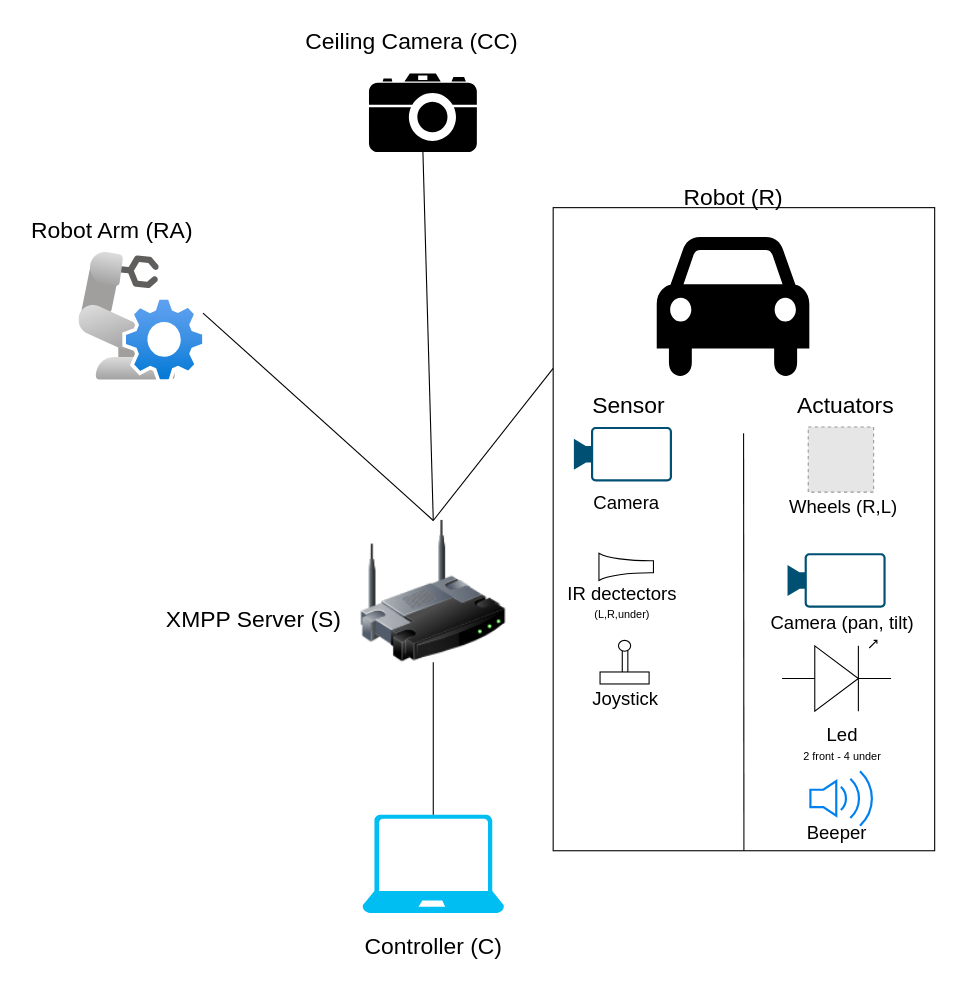
This is network_schema.drawio from ISC-DynaMaze/docs, a draw.io file, before an edit. Source tidied: cells renumbered, new cells numbered last; positions are measured from the earlier drawing's top-left corner, leaving out a move shared by most shapes. Both pictures are drawn from the tidied source at 109%, with x=0, y=0 at pixel (19, 19). Pictures stored in the file or linked from it are replaced by grey dashed boxes.
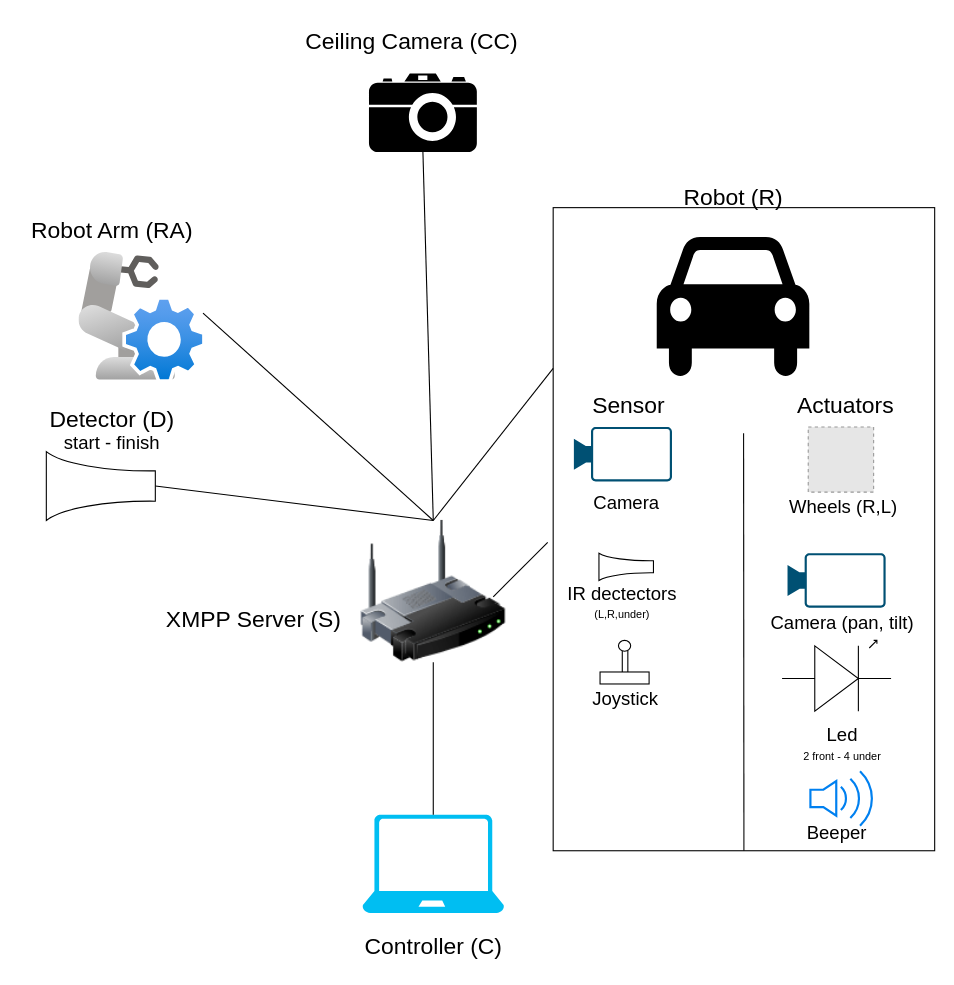
The same page after the edit.

Commit message:
doc : add start and end detector on the network diagram

Unchanged cells that the change refers to:
```xml
<mxCell id="4" style="image;html=1;image=img/lib/clip_art/networking/Wireless_Router_128x128.png;" parent="1" vertex="1">
  <mxGeometry x="305" y="460" width="150" height="130" as="geometry" />
</mxCell>
```

Change to the diagram source:
```diff
@@
+    <mxCell id="38" style="verticalLabelPosition=bottom;align=center;outlineConnect=0;dashed=0;html=1;verticalAlign=top;shape=mxgraph.pid.flow_sensors.flow_nozzle;" parent="1" vertex="1">
+      <mxGeometry x="25" y="396.8" width="100" height="63.2" as="geometry" />
+    </mxCell>
+    <mxCell id="39" value="&lt;font style=&quot;font-size: 21px;&quot;&gt;Detector (D)&lt;/font&gt;&lt;div&gt;&lt;font style=&quot;font-size: 17px;&quot;&gt;start - finish&lt;/font&gt;&lt;/div&gt;" style="text;html=1;align=center;verticalAlign=middle;strokeColor=none;fillColor=none;" parent="1" vertex="1">
+      <mxGeometry x="15" y="346.8" width="140" height="60" as="geometry" />
+    </mxCell>
+    <mxCell id="40" style="endArrow=none;html=1;" parent="1" edge="1">
+      <mxGeometry relative="1" as="geometry">
+        <mxPoint x="435" y="530" as="sourcePoint" />
+        <mxPoint x="485" y="480" as="targetPoint" />
+      </mxGeometry>
+    </mxCell>
+    <mxCell id="41" style="endArrow=none;html=1;entryX=0.5;entryY=0;entryDx=0;entryDy=0;exitX=1;exitY=0.5;exitDx=0;exitDy=0;exitPerimeter=0;" parent="1" edge="1" source="38" target="4">
+      <mxGeometry relative="1" as="geometry" />
+    </mxCell>
```
